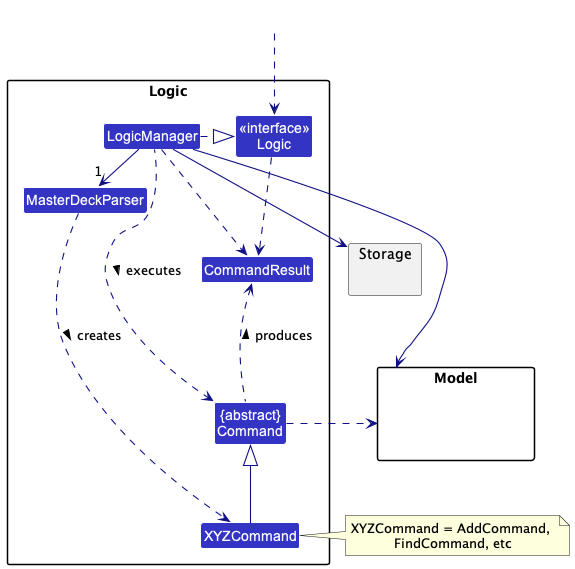
Earlier version of the PlantUML export docs/images/LogicClassDiagram.png (nus-cs2103-AY2223S2/tp).
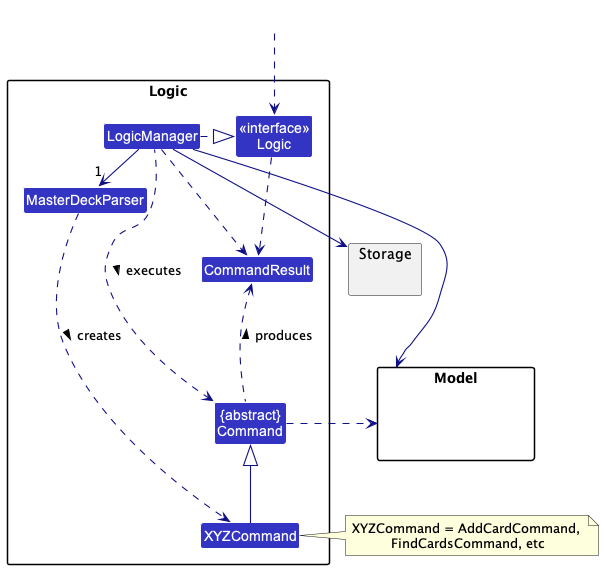
After the commit.

Change to the diagram source:
```diff
@@ -38,7 +38,7 @@
 Storage --[hidden] Model
 Command .[hidden]up.> Storage
 Command .right.> Model
-note right of XYZCommand: XYZCommand = AddCommand, \nFindCommand, etc
+note right of XYZCommand: XYZCommand = AddCardCommand, \nFindCardsCommand, etc
 
 Logic ..> CommandResult
 LogicManager .down.> CommandResult
```
